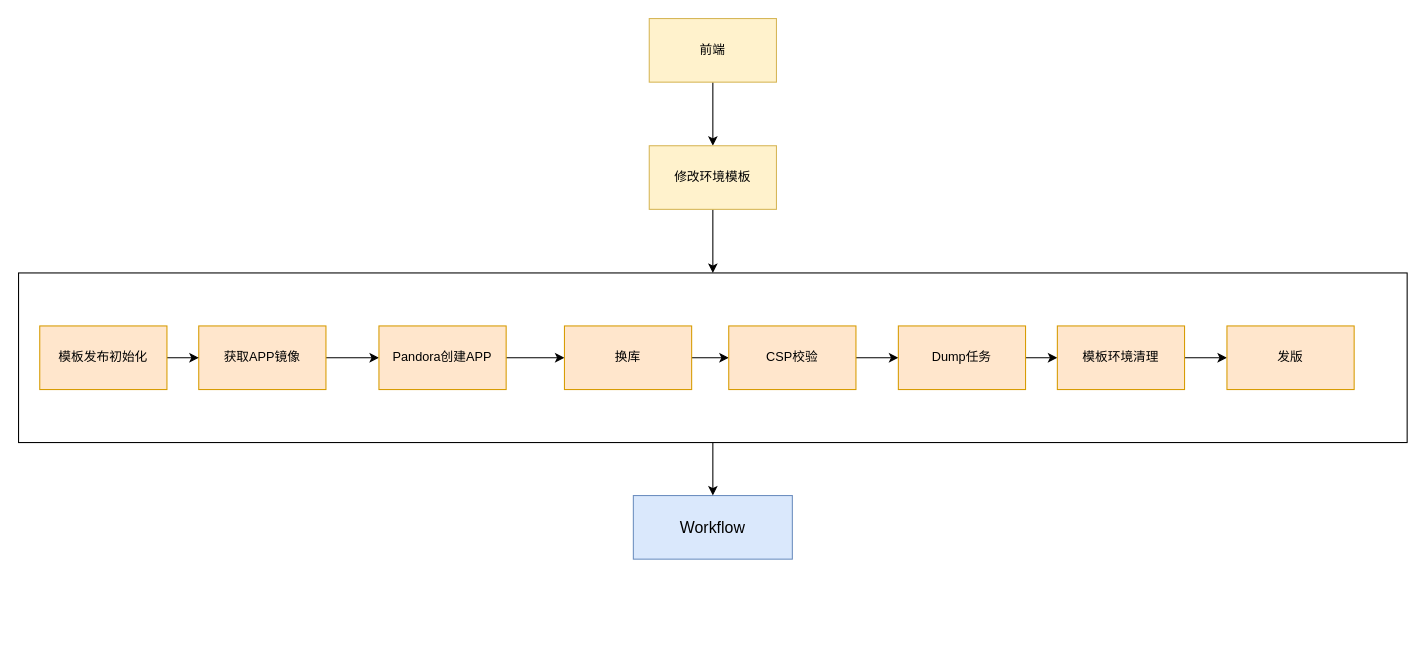
Earlier version of the draw.io diagram target流程.drawio (March-chen/drawio-project). Source tidied: cells renumbered, new cells numbered last; positions are measured from the earlier drawing's top-left corner, leaving out a move shared by most shapes. Both pictures are drawn from the tidied source at 106%, with x=0, y=0 at pixel (18, 18).
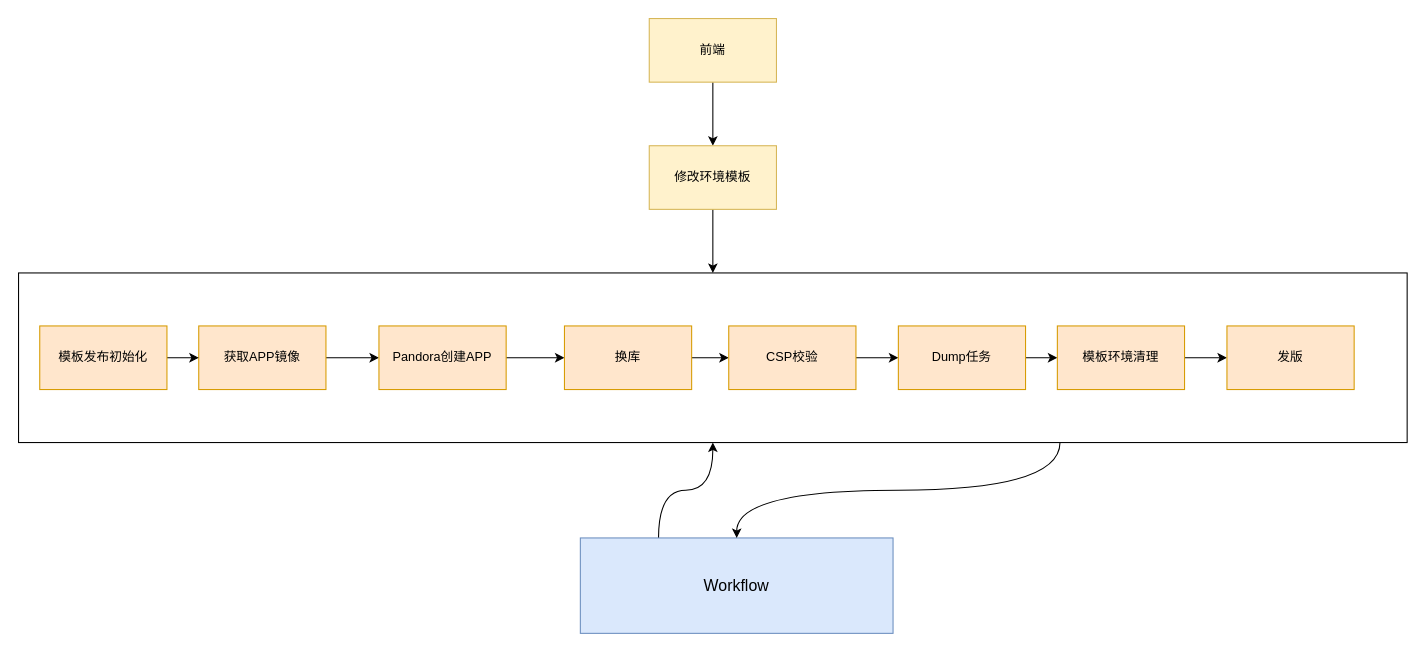
The same page after the edit.

The change refers to these unchanged cells:
```xml
<mxCell id="16" style="rounded=0;whiteSpace=wrap;html=1;fillColor=none;" parent="1" vertex="1">
  <mxGeometry y="240" width="1310" height="160" as="geometry" />
</mxCell>
```

The edit, as a diff of the source:
```diff
@@
+    <mxCell id="24" style="edgeStyle=orthogonalEdgeStyle;rounded=0;jettySize=auto;html=1;exitX=0.25;exitY=0;exitDx=0;exitDy=0;curved=1;" parent="1" edge="1" source="2" target="16">
+      <mxGeometry relative="1" as="geometry" />
+    </mxCell>
     <mxCell id="2" value="&lt;font style=&quot;font-size: 15px;&quot;&gt;Workflow&lt;/font&gt;" style="rounded=0;whiteSpace=wrap;html=1;fillColor=#dae8fc;strokeColor=#6c8ebf;" parent="1" vertex="1">
-      <mxGeometry x="580" y="450" width="150" height="60" as="geometry" />
+      <mxGeometry x="530" y="490" width="295" height="90" as="geometry" />
     </mxCell>
@@
-    <mxCell id="15" style="edgeStyle=orthogonalEdgeStyle;rounded=0;jettySize=auto;html=1;" parent="1" edge="1" source="16" target="2">
+    <mxCell id="15" style="edgeStyle=orthogonalEdgeStyle;rounded=0;jettySize=auto;html=1;exitX=0.75;exitY=1;exitDx=0;exitDy=0;curved=1;" parent="1" edge="1" source="16" target="2">
       <mxGeometry relative="1" as="geometry" />
     </mxCell>
```
